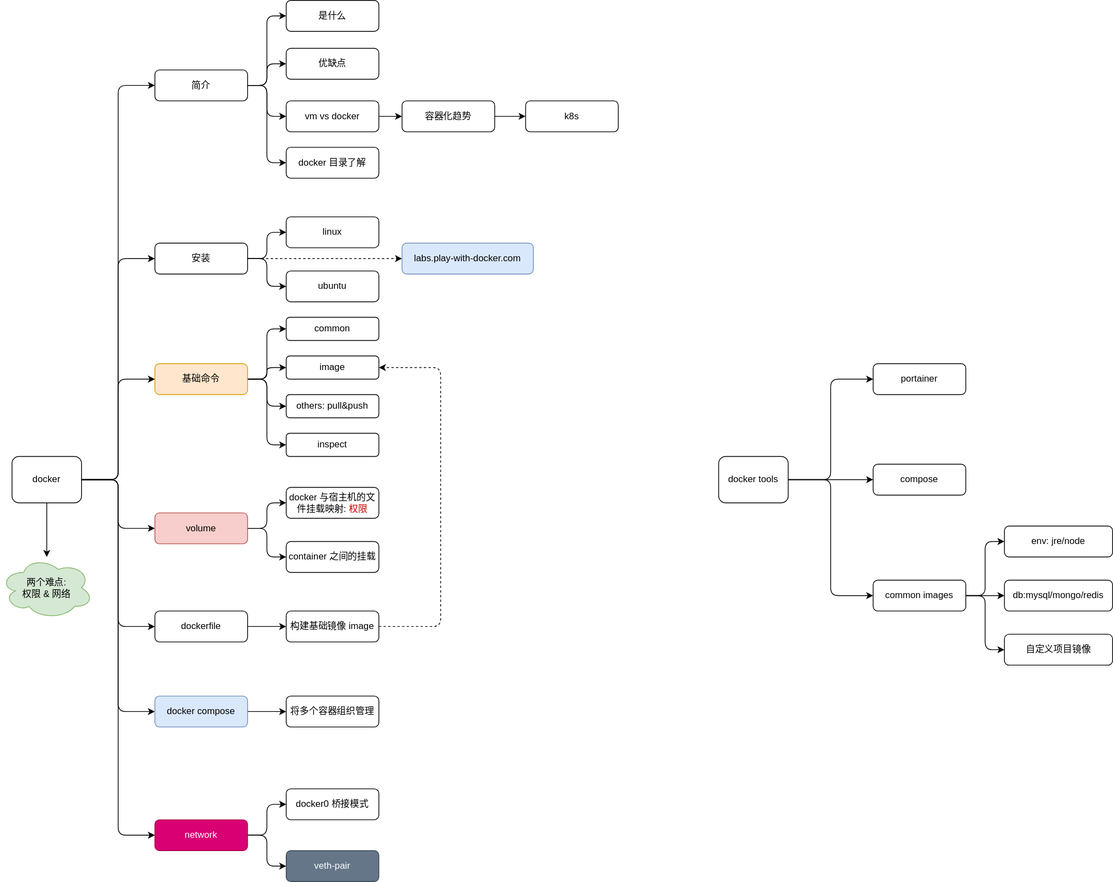
The draw.io diagram diagrams/common/docker/00.overview.svg in Alice52/diagrams, before a commit. Source tidied: cells renumbered, new cells last; positions are measured from the earlier drawing's top-left corner, leaving out a move shared by most shapes.
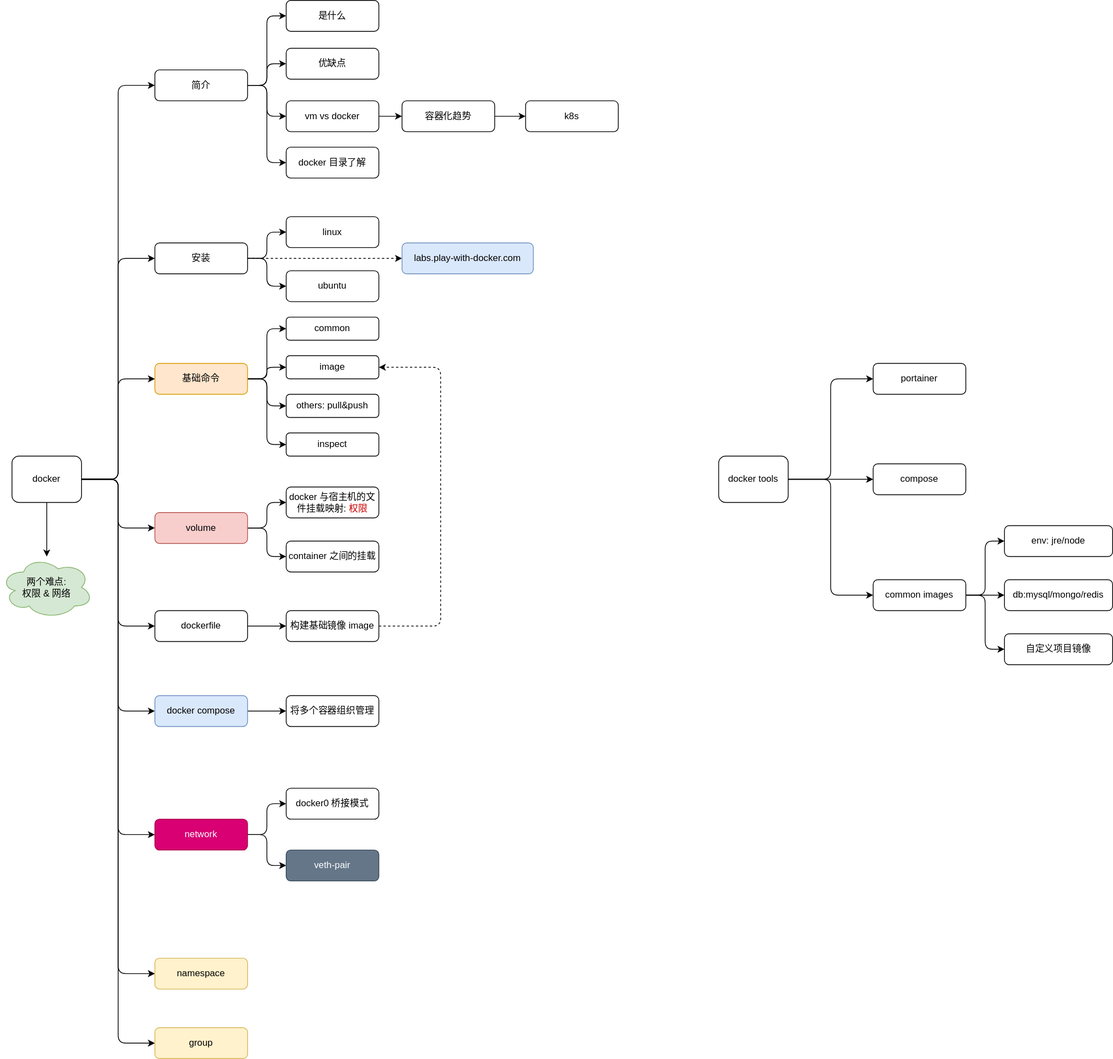
Later version of the same file.

Commit message:
feat(docker): refine overview

Diff of the diagram source:
```diff
@@ -26,6 +26,12 @@
     <mxCell id="9" style="edgeStyle=orthogonalEdgeStyle;rounded=1;jettySize=auto;html=1;exitX=1;exitY=0.5;exitDx=0;exitDy=0;entryX=0;entryY=0.5;entryDx=0;entryDy=0;" parent="1" edge="1" source="10" target="55">
       <mxGeometry relative="1" as="geometry" />
     </mxCell>
+    <mxCell id="71" style="edgeStyle=orthogonalEdgeStyle;html=1;exitX=1;exitY=0.5;exitDx=0;exitDy=0;entryX=0;entryY=0.5;entryDx=0;entryDy=0;" parent="1" edge="1" source="10" target="73">
+      <mxGeometry relative="1" as="geometry" />
+    </mxCell>
+    <mxCell id="72" style="edgeStyle=orthogonalEdgeStyle;html=1;exitX=1;exitY=0.5;exitDx=0;exitDy=0;entryX=0;entryY=0.5;entryDx=0;entryDy=0;" parent="1" edge="1" source="10" target="74">
+      <mxGeometry relative="1" as="geometry" />
+    </mxCell>
     <mxCell id="10" value="docker" style="rounded=1;whiteSpace=wrap;html=1;" parent="1" vertex="1">
       <mxGeometry x="15" y="590" width="90" height="60" as="geometry" />
     </mxCell>
@@ -214,5 +220,11 @@
     <mxCell id="70" value="自定义项目镜像" style="rounded=1;whiteSpace=wrap;html=1;" parent="1" vertex="1">
       <mxGeometry x="1300" y="820" width="140" height="40" as="geometry" />
     </mxCell>
+    <mxCell id="73" value="namespace" style="rounded=1;whiteSpace=wrap;html=1;fillColor=#fff2cc;strokeColor=#d6b656;" parent="1" vertex="1">
+      <mxGeometry x="200" y="1240" width="120" height="40" as="geometry" />
+    </mxCell>
+    <mxCell id="74" value="group" style="rounded=1;whiteSpace=wrap;html=1;fillColor=#fff2cc;strokeColor=#d6b656;" parent="1" vertex="1">
+      <mxGeometry x="200" y="1330" width="120" height="40" as="geometry" />
+    </mxCell>
   </root>
 </mxGraphModel>
```
